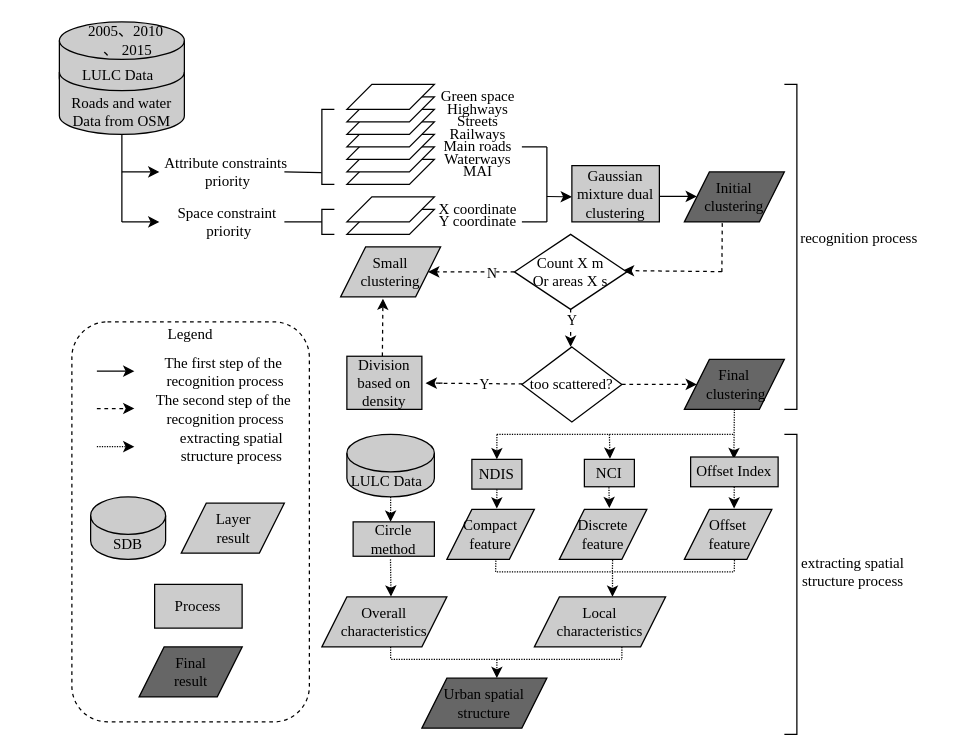
This is Untitled Diagram.drawio from xiaotongtongxue/flowChar, a draw.io file, before an edit. Source tidied: cells renumbered, new cells numbered last; positions are measured from the earlier drawing's top-left corner, leaving out a move shared by most shapes. Both pictures are drawn from the tidied source at 125%, with x=0, y=0 at pixel (46, 21).
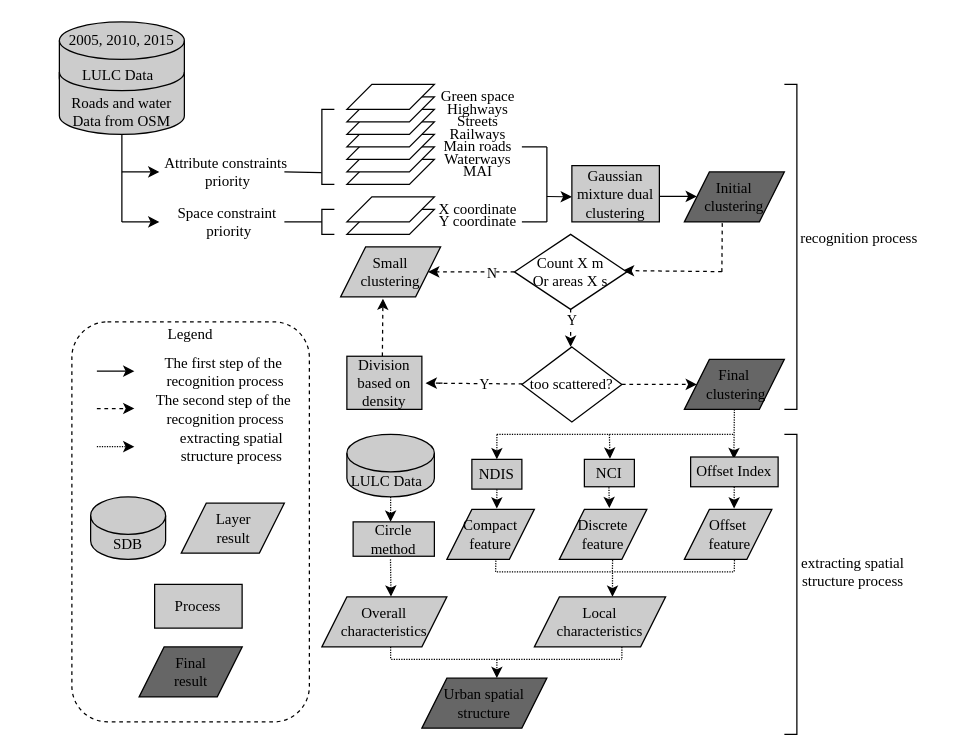
Above is the later version.

The edit, as a diff of the source:
```diff
@@
-    <mxCell id="3" value="2005、2010&amp;nbsp;&lt;br&gt;、 2015" style="text;html=1;strokeColor=none;fillColor=none;align=center;verticalAlign=middle;whiteSpace=wrap;rounded=0;fontFamily=Times New Roman;" parent="1" vertex="1">
-      <mxGeometry y="10" width="130" height="10" as="geometry" />
+    <mxCell id="3" value="2005, 2010, 2015" style="text;html=1;strokeColor=none;fillColor=none;align=center;verticalAlign=middle;whiteSpace=wrap;rounded=0;fontFamily=Times New Roman;" parent="1" vertex="1">
+      <mxGeometry x="-20" y="10" width="160" height="10" as="geometry" />
     </mxCell>
```
